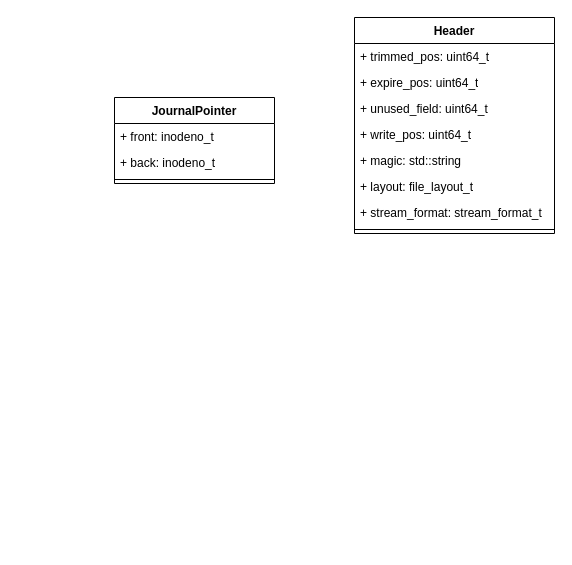
This is mds.drawio from liutimo/liutimo.github.io, a draw.io file, before an edit. Source tidied: cells renumbered, new cells numbered last; positions are measured from the earlier drawing's top-left corner, leaving out a move shared by most shapes. Both pictures are drawn from the tidied source at 100%, with x=0, y=0 at pixel (114, 17).
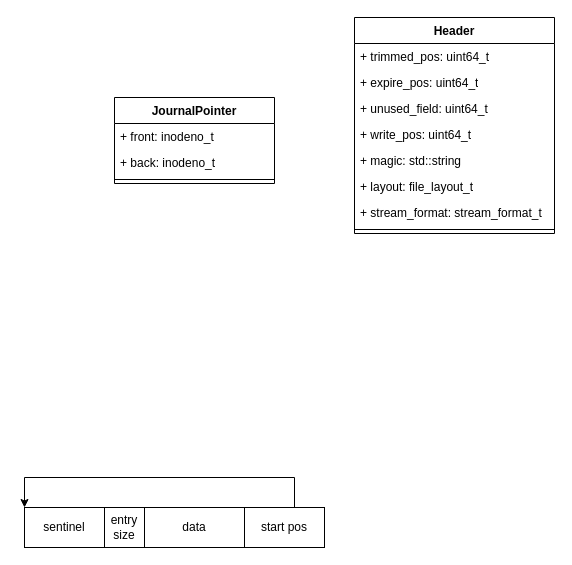
The same diagram, later.

What changed in the source:
```diff
@@
+    <mxCell id="15" value="data" style="rounded=0;whiteSpace=wrap;html=1;" parent="1" vertex="1">
+      <mxGeometry x="30" y="490" width="100" height="40" as="geometry" />
+    </mxCell>
+    <mxCell id="16" value="entry size" style="rounded=0;whiteSpace=wrap;html=1;" parent="1" vertex="1">
+      <mxGeometry x="-10" y="490" width="40" height="40" as="geometry" />
+    </mxCell>
+    <mxCell id="17" style="edgeStyle=orthogonalEdgeStyle;rounded=0;jettySize=auto;html=1;entryX=0;entryY=0;entryDx=0;entryDy=0;" parent="1" edge="1" source="18" target="19">
+      <mxGeometry relative="1" as="geometry">
+        <Array as="points">
+          <mxPoint x="180" y="460" />
+          <mxPoint x="-90" y="460" />
+        </Array>
+      </mxGeometry>
+    </mxCell>
+    <mxCell id="18" value="start pos" style="rounded=0;whiteSpace=wrap;html=1;" parent="1" vertex="1">
+      <mxGeometry x="130" y="490" width="80" height="40" as="geometry" />
+    </mxCell>
+    <mxCell id="19" value="sentinel" style="rounded=0;whiteSpace=wrap;html=1;" parent="1" vertex="1">
+      <mxGeometry x="-90" y="490" width="80" height="40" as="geometry" />
+    </mxCell>
```
